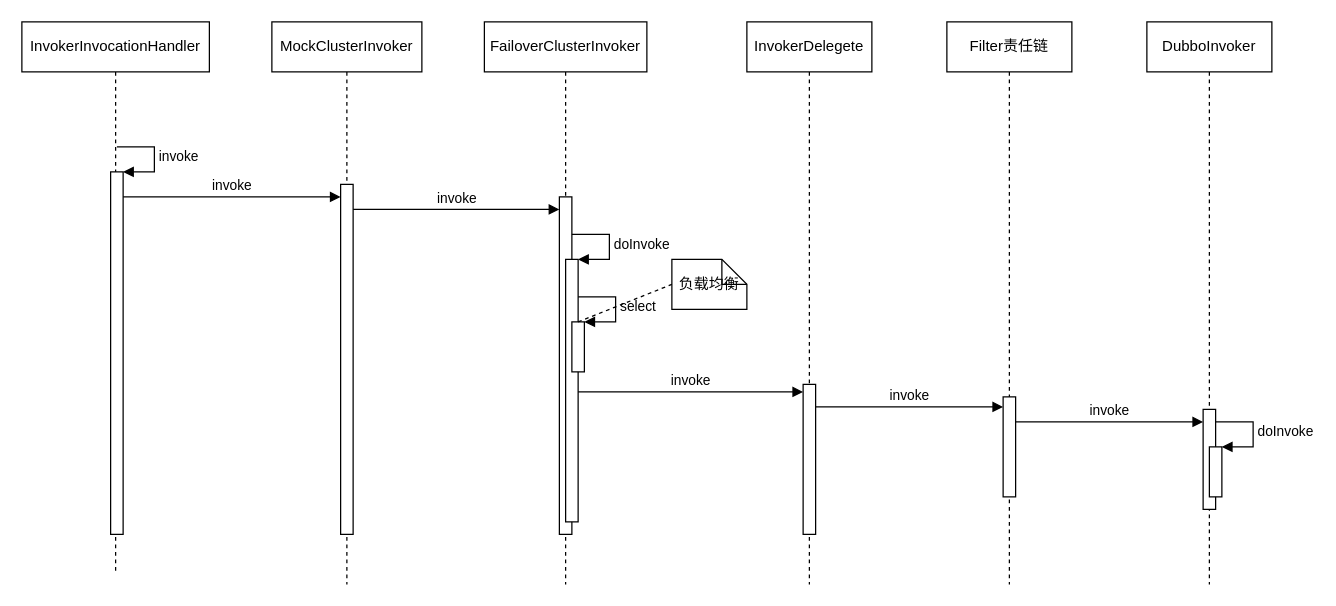
Above: Dubbo/Dubbo Consumer Send Request.drawio in JanWarlen/ChartsCenter (draw.io), before the change. Source tidied: cells renumbered, new cells numbered last; positions are measured from the earlier drawing's top-left corner, leaving out a move shared by most shapes. Both pictures are drawn from the tidied source at 125%, with x=0, y=0 at pixel (21, 21).
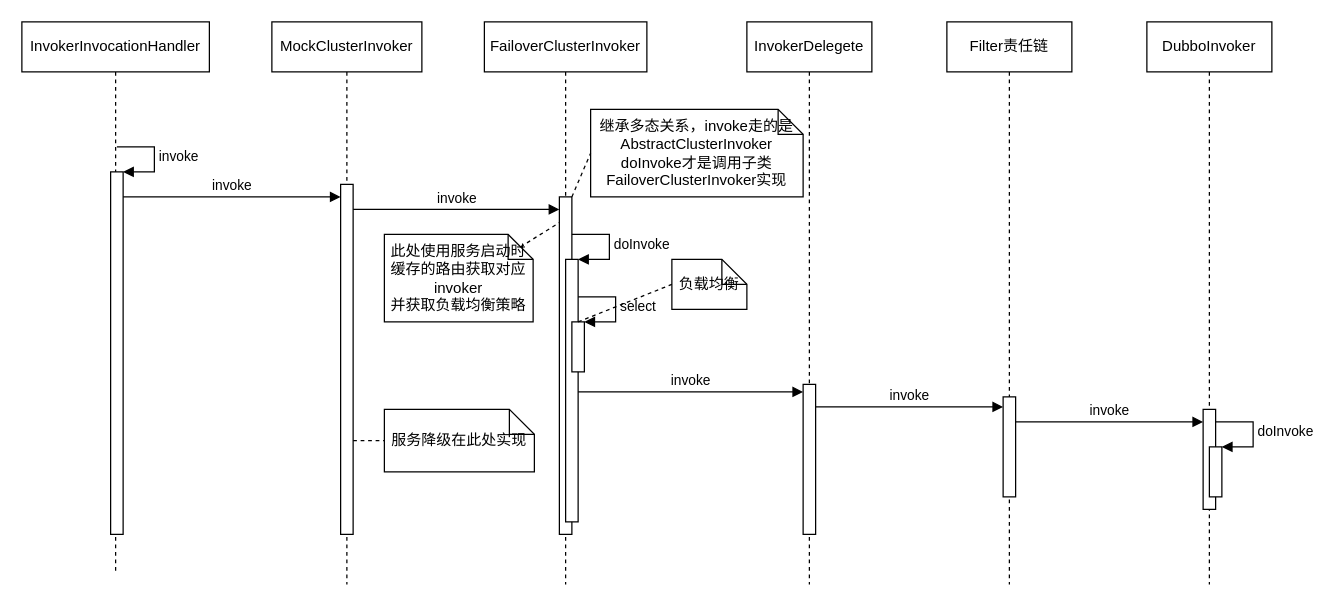
The same diagram, later.

The change refers to these unchanged cells:
```xml
<mxCell id="6" style="html=1;points=[];perimeter=orthogonalPerimeter;" parent="5" vertex="1">
  <mxGeometry x="55" y="130" width="10" height="280" as="geometry" />
</mxCell>
<mxCell id="9" style="html=1;points=[];perimeter=orthogonalPerimeter;" parent="8" vertex="1">
  <mxGeometry x="60" y="140" width="10" height="270" as="geometry" />
</mxCell>
```

The edit, as a diff of the source:
```diff
@@
+    <mxCell id="28" value="服务降级在此处实现" style="shape=note;size=20;whiteSpace=wrap;html=1;" parent="1" vertex="1">
+      <mxGeometry x="290" y="310" width="120" height="50" as="geometry" />
+    </mxCell>
+    <mxCell id="29" style="endArrow=none;dashed=1;html=1;rounded=0;entryX=0;entryY=0.5;entryDx=0;entryDy=0;entryPerimeter=0;" parent="1" edge="1" source="6" target="28">
+      <mxGeometry relative="1" as="geometry" />
+    </mxCell>
+    <mxCell id="30" value="继承多态关系，invoke走的是AbstractClusterInvoker&lt;br&gt;doInvoke才是调用子类FailoverClusterInvoker实现" style="shape=note;size=20;whiteSpace=wrap;html=1;" parent="1" vertex="1">
+      <mxGeometry x="455" y="70" width="170" height="70" as="geometry" />
+    </mxCell>
+    <mxCell id="31" style="endArrow=none;dashed=1;html=1;rounded=0;entryX=0;entryY=0.5;entryDx=0;entryDy=0;entryPerimeter=0;" parent="1" edge="1" source="9" target="30">
+      <mxGeometry relative="1" as="geometry" />
+    </mxCell>
+    <mxCell id="32" value="此处使用服务启动时缓存的路由获取对应invoker&lt;br&gt;并获取负载均衡策略" style="shape=note;size=20;whiteSpace=wrap;html=1;" parent="1" vertex="1">
+      <mxGeometry x="290" y="170" width="119" height="70" as="geometry" />
+    </mxCell>
+    <mxCell id="33" style="endArrow=none;dashed=1;html=1;rounded=0;entryX=0;entryY=0.076;entryDx=0;entryDy=0;entryPerimeter=0;exitX=0;exitY=0;exitDx=109;exitDy=10;exitPerimeter=0;" parent="1" edge="1" source="32" target="9">
+      <mxGeometry relative="1" as="geometry" />
+    </mxCell>
```
